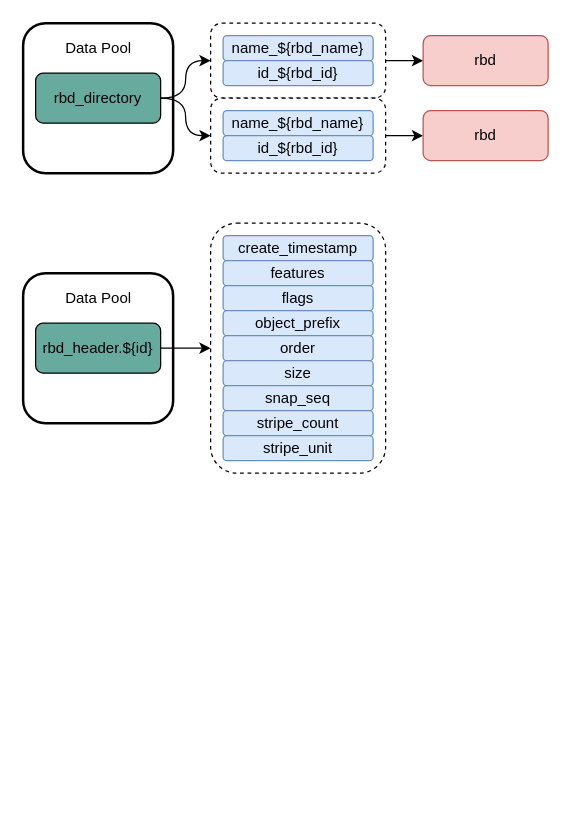
Above: ceph/ceph-rbd.drawio in EarthWind/deeparch (draw.io), before the change. Source tidied: cells renumbered, new cells numbered last; positions are measured from the earlier drawing's top-left corner, leaving out a move shared by most shapes. Both pictures are drawn from the tidied source at 125%, with x=0, y=0 at pixel (22, 22).
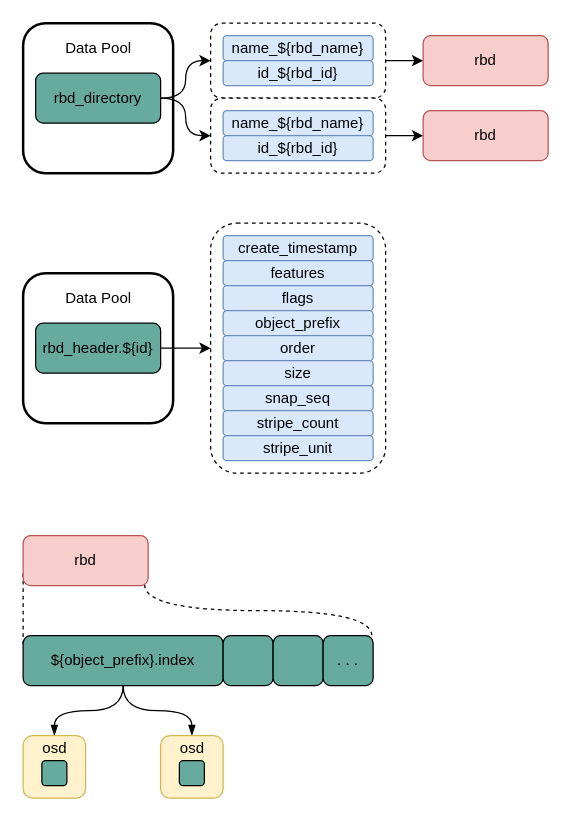
The same page after the edit.

What changed in the source:
```diff
@@
+    <mxCell id="31" style="rounded=0;jettySize=auto;html=1;entryX=0;entryY=0.25;entryDx=0;entryDy=0;exitX=0;exitY=0.75;exitDx=0;exitDy=0;endArrow=none;endFill=0;dashed=1;" parent="1" edge="1" source="33" target="36">
+      <mxGeometry relative="1" as="geometry" />
+    </mxCell>
+    <mxCell id="32" style="edgeStyle=orthogonalEdgeStyle;curved=1;rounded=0;jettySize=auto;html=1;entryX=0.975;entryY=0.006;entryDx=0;entryDy=0;exitX=0.972;exitY=0.98;exitDx=0;exitDy=0;endArrow=none;endFill=0;dashed=1;exitPerimeter=0;entryPerimeter=0;" parent="1" edge="1" source="33" target="39">
+      <mxGeometry relative="1" as="geometry" />
+    </mxCell>
+    <mxCell id="33" value="rbd" style="rounded=1;whiteSpace=wrap;html=1;fillWeight=1;hachureGap=4;fillColor=#f8cecc;strokeColor=#b85450;" parent="1" vertex="1">
+      <mxGeometry y="410" width="100" height="40" as="geometry" />
+    </mxCell>
+    <mxCell id="34" style="edgeStyle=orthogonalEdgeStyle;rounded=0;jettySize=auto;html=1;entryX=0.5;entryY=0;entryDx=0;entryDy=0;endArrow=blockThin;endFill=1;curved=1;" parent="1" edge="1" source="36" target="40">
+      <mxGeometry relative="1" as="geometry" />
+    </mxCell>
+    <mxCell id="35" style="edgeStyle=orthogonalEdgeStyle;curved=1;rounded=0;jettySize=auto;html=1;entryX=0.5;entryY=0;entryDx=0;entryDy=0;endArrow=blockThin;endFill=1;" parent="1" edge="1" source="36" target="42">
+      <mxGeometry relative="1" as="geometry" />
+    </mxCell>
+    <mxCell id="36" value="${object_prefix}.index" style="rounded=1;whiteSpace=wrap;html=1;fillWeight=1;hachureGap=4;fillColor=#67AB9F;strokeColor=#000000;" parent="1" vertex="1">
+      <mxGeometry y="490" width="160" height="40" as="geometry" />
+    </mxCell>
+    <mxCell id="37" style="rounded=1;whiteSpace=wrap;html=1;fillWeight=1;hachureGap=4;fillColor=#67AB9F;strokeColor=#000000;" parent="1" vertex="1">
+      <mxGeometry x="160" y="490" width="40" height="40" as="geometry" />
+    </mxCell>
+    <mxCell id="38" style="rounded=1;whiteSpace=wrap;html=1;fillWeight=1;hachureGap=4;fillColor=#67AB9F;strokeColor=#000000;" parent="1" vertex="1">
+      <mxGeometry x="200" y="490" width="40" height="40" as="geometry" />
+    </mxCell>
+    <mxCell id="39" value=". . ." style="rounded=1;whiteSpace=wrap;html=1;fillWeight=1;hachureGap=4;fillColor=#67AB9F;strokeColor=#000000;" parent="1" vertex="1">
+      <mxGeometry x="240" y="490" width="40" height="40" as="geometry" />
+    </mxCell>
+    <mxCell id="40" style="rounded=1;whiteSpace=wrap;html=1;fillWeight=1;hachureGap=4;fillColor=#fff2cc;strokeColor=#d6b656;" parent="1" vertex="1">
+      <mxGeometry y="570" width="50" height="50" as="geometry" />
+    </mxCell>
+    <mxCell id="41" style="rounded=1;whiteSpace=wrap;html=1;fillWeight=1;hachureGap=4;fillColor=#67AB9F;strokeColor=#000000;" parent="1" vertex="1">
+      <mxGeometry x="15" y="590" width="20" height="20" as="geometry" />
+    </mxCell>
+    <mxCell id="42" style="rounded=1;whiteSpace=wrap;html=1;fillWeight=1;hachureGap=4;fillColor=#fff2cc;strokeColor=#d6b656;" parent="1" vertex="1">
+      <mxGeometry x="110" y="570" width="50" height="50" as="geometry" />
+    </mxCell>
+    <mxCell id="43" value="osd" style="text;html=1;align=center;verticalAlign=middle;strokeColor=none;fillColor=none;" parent="1" vertex="1">
+      <mxGeometry x="10" y="570" width="30" height="20" as="geometry" />
+    </mxCell>
+    <mxCell id="44" value="osd" style="text;html=1;align=center;verticalAlign=middle;strokeColor=none;fillColor=none;" parent="1" vertex="1">
+      <mxGeometry x="120" y="570" width="30" height="20" as="geometry" />
+    </mxCell>
+    <mxCell id="45" style="rounded=1;whiteSpace=wrap;html=1;fillWeight=1;hachureGap=4;fillColor=#67AB9F;strokeColor=#000000;" parent="1" vertex="1">
+      <mxGeometry x="125" y="590" width="20" height="20" as="geometry" />
+    </mxCell>
```
